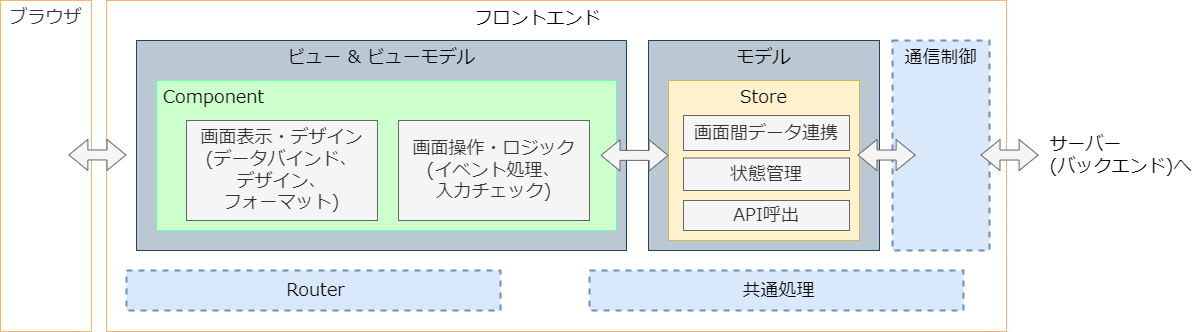
Above: documents/contents/images/app-architecture/client-side-rendering/frontend-architecture-light.png in AlesInfiny/maris (draw.io), before the change. Source tidied: cells renumbered, new cells last; positions are measured from the earlier drawing's top-left corner, leaving out a move shared by most shapes.
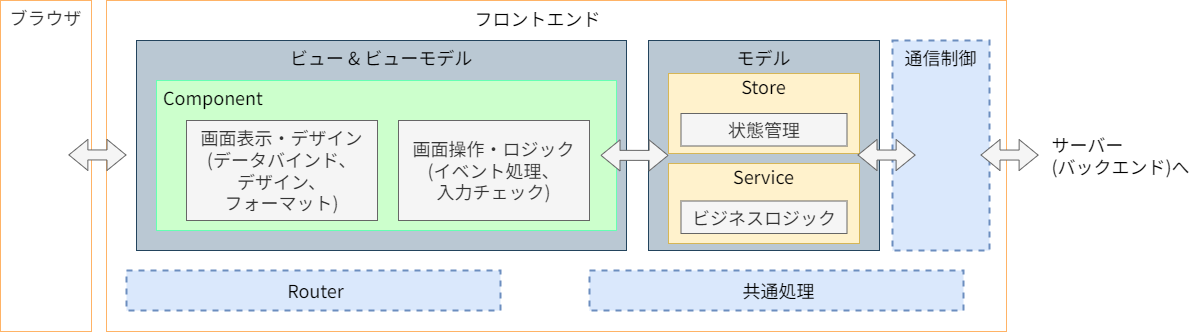
Later version of the same file.

What changed in the source:
```diff
@@ -23,18 +23,12 @@
     <mxCell id="8" value="画面操作・ロジック&lt;br style=&quot;font-size: 18px&quot;&gt;(イベント処理、&lt;br style=&quot;font-size: 18px&quot;&gt;入力チェック)" style="rounded=0;whiteSpace=wrap;html=1;fontSize=18;fillColor=#f5f5f5;fontColor=#333333;strokeColor=#666666;fontFamily=Noto Sans JP;fontSource=https%3A%2F%2Ffonts.googleapis.com%2Fcss%3Ffamily%3DNoto%2BSans%2BJP;verticalAlign=middle;" parent="1" vertex="1">
       <mxGeometry x="398" y="120" width="191" height="100" as="geometry" />
     </mxCell>
-    <mxCell id="9" value="Store" style="rounded=0;whiteSpace=wrap;html=1;fontSize=18;verticalAlign=top;fillColor=#fff2cc;strokeColor=#d6b656;fontFamily=Noto Sans JP;fontSource=https%3A%2F%2Ffonts.googleapis.com%2Fcss%3Ffamily%3DNoto%2BSans%2BJP;" parent="1" vertex="1">
-      <mxGeometry x="668" y="80" width="191" height="160" as="geometry" />
+    <mxCell id="9" value="Store" style="rounded=0;whiteSpace=wrap;html=1;fontSize=18;verticalAlign=top;fillColor=#fff2cc;strokeColor=#d6b656;fontFamily=Noto Sans JP;fontSource=https%3A%2F%2Ffonts.googleapis.com%2Fcss%3Ffamily%3DNoto%2BSans%2BJP;spacing=0;spacingTop=-2;" parent="1" vertex="1">
+      <mxGeometry x="668" y="73" width="191" height="80" as="geometry" />
     </mxCell>
-    <mxCell id="10" value="画面間データ連携" style="rounded=0;whiteSpace=wrap;html=1;fontSize=18;fillColor=#f5f5f5;strokeColor=#666666;fontColor=#333333;fontFamily=Noto Sans JP;fontSource=https%3A%2F%2Ffonts.googleapis.com%2Fcss%3Ffamily%3DNoto%2BSans%2BJP;" parent="1" vertex="1">
-      <mxGeometry x="683" y="115" width="166" height="35" as="geometry" />
-    </mxCell>
     <mxCell id="11" value="状態管理" style="rounded=0;whiteSpace=wrap;html=1;fontSize=18;fillColor=#f5f5f5;strokeColor=#666666;fontColor=#333333;fontFamily=Noto Sans JP;fontSource=https%3A%2F%2Ffonts.googleapis.com%2Fcss%3Ffamily%3DNoto%2BSans%2BJP;" parent="1" vertex="1">
-      <mxGeometry x="683" y="157.5" width="166" height="32.5" as="geometry" />
+      <mxGeometry x="680.5" y="113" width="166" height="32.5" as="geometry" />
     </mxCell>
-    <mxCell id="12" value="API呼出" style="rounded=0;whiteSpace=wrap;html=1;fontSize=18;fillColor=#f5f5f5;strokeColor=#666666;fontColor=#333333;fontFamily=Noto Sans JP;fontSource=https%3A%2F%2Ffonts.googleapis.com%2Fcss%3Ffamily%3DNoto%2BSans%2BJP;" parent="1" vertex="1">
-      <mxGeometry x="683" y="200" width="166" height="30" as="geometry" />
-    </mxCell>
     <mxCell id="13" value="通信制御" style="rounded=0;whiteSpace=wrap;html=1;fontSize=18;dashed=1;fillColor=#dae8fc;strokeColor=#6C8EBF;fontColor=#000000;strokeWidth=2;verticalAlign=top;fontFamily=Noto Sans JP;fontSource=https%3A%2F%2Ffonts.googleapis.com%2Fcss%3Ffamily%3DNoto%2BSans%2BJP;" parent="1" vertex="1">
       <mxGeometry x="892" y="40" width="97" height="210" as="geometry" />
     </mxCell>
@@ -74,5 +68,11 @@
     <mxCell id="21" value="&lt;div style=&quot;text-align: left; font-size: 18px;&quot;&gt;&lt;span style=&quot;font-size: 18px;&quot;&gt;サーバー&lt;/span&gt;&lt;/div&gt;&lt;div style=&quot;text-align: left; font-size: 18px;&quot;&gt;&lt;span style=&quot;font-size: 18px;&quot;&gt;(バックエンド)へ&lt;/span&gt;&lt;/div&gt;" style="text;html=1;strokeColor=none;fillColor=none;align=center;verticalAlign=middle;whiteSpace=wrap;rounded=0;fontFamily=Noto Sans JP;fontSource=https%3A%2F%2Ffonts.googleapis.com%2Fcss%3Ffamily%3DNoto%2BSans%2BJP;fontSize=18;" parent="1" vertex="1">
       <mxGeometry x="1046" y="140" width="149" height="30" as="geometry" />
     </mxCell>
+    <mxCell id="22" value="Service" style="rounded=0;whiteSpace=wrap;html=1;fontSize=18;verticalAlign=top;fillColor=#fff2cc;strokeColor=#d6b656;fontFamily=Noto Sans JP;fontSource=https%3A%2F%2Ffonts.googleapis.com%2Fcss%3Ffamily%3DNoto%2BSans%2BJP;spacing=0;spacingTop=-2;" parent="1" vertex="1">
+      <mxGeometry x="668" y="163" width="191" height="80" as="geometry" />
+    </mxCell>
+    <mxCell id="23" value="ビジネスロジック" style="rounded=0;whiteSpace=wrap;html=1;fontSize=18;fillColor=#f5f5f5;strokeColor=#666666;fontColor=#333333;fontFamily=Noto Sans JP;fontSource=https%3A%2F%2Ffonts.googleapis.com%2Fcss%3Ffamily%3DNoto%2BSans%2BJP;" parent="1" vertex="1">
+      <mxGeometry x="680.5" y="200.5" width="166" height="32.5" as="geometry" />
+    </mxCell>
   </root>
 </mxGraphModel>
```
